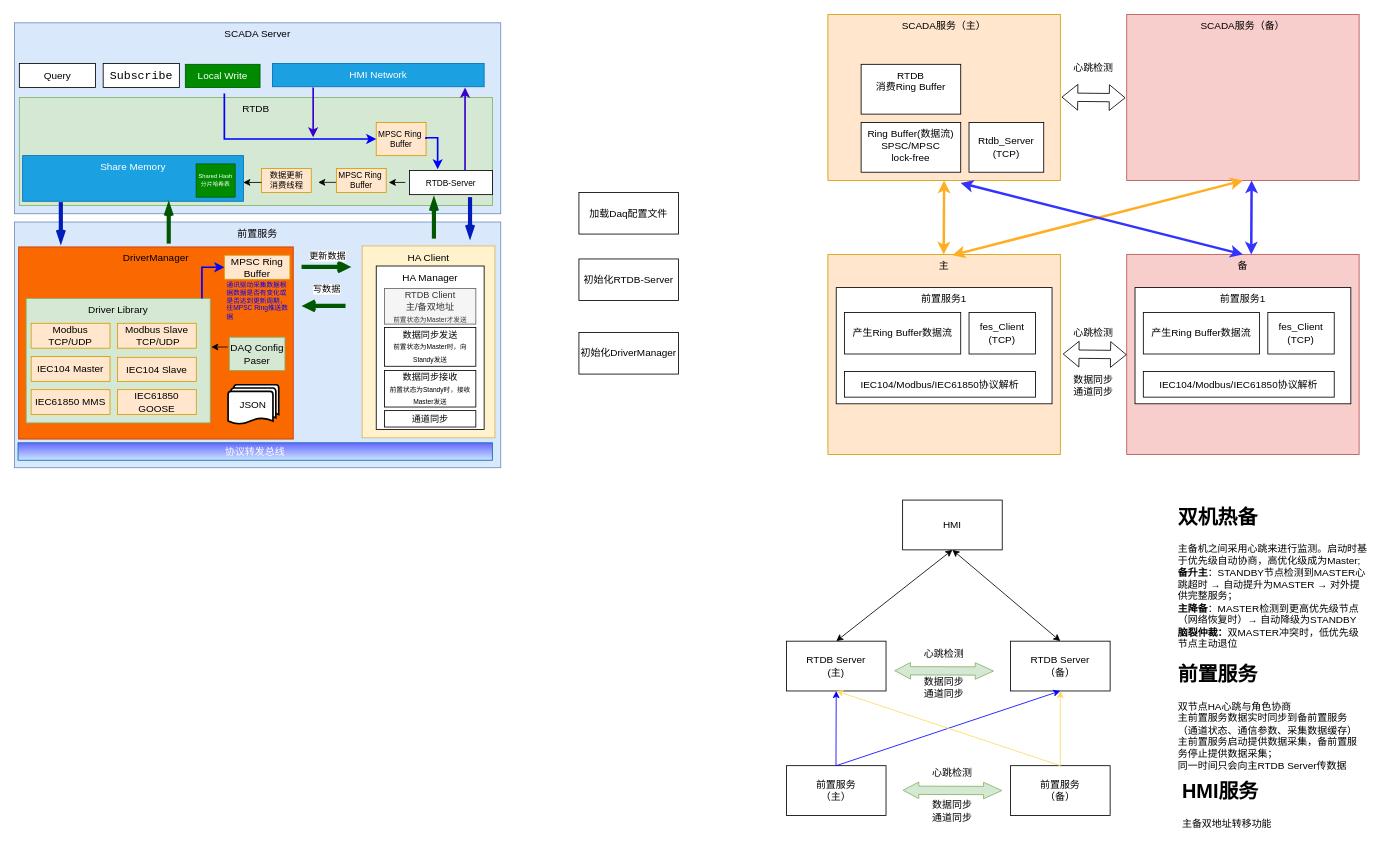
Before: page "前置&SCADA架构" (3 of 4) of EMS软件架构图.drawio in fuhui0321/diagram, a draw.io diagram. Source tidied: cells renumbered, new cells numbered last; positions are measured from the earlier drawing's top-left corner, leaving out a move shared by most shapes. Both pictures are drawn from the tidied source at 83%, with x=0, y=0 at pixel (14, 14).
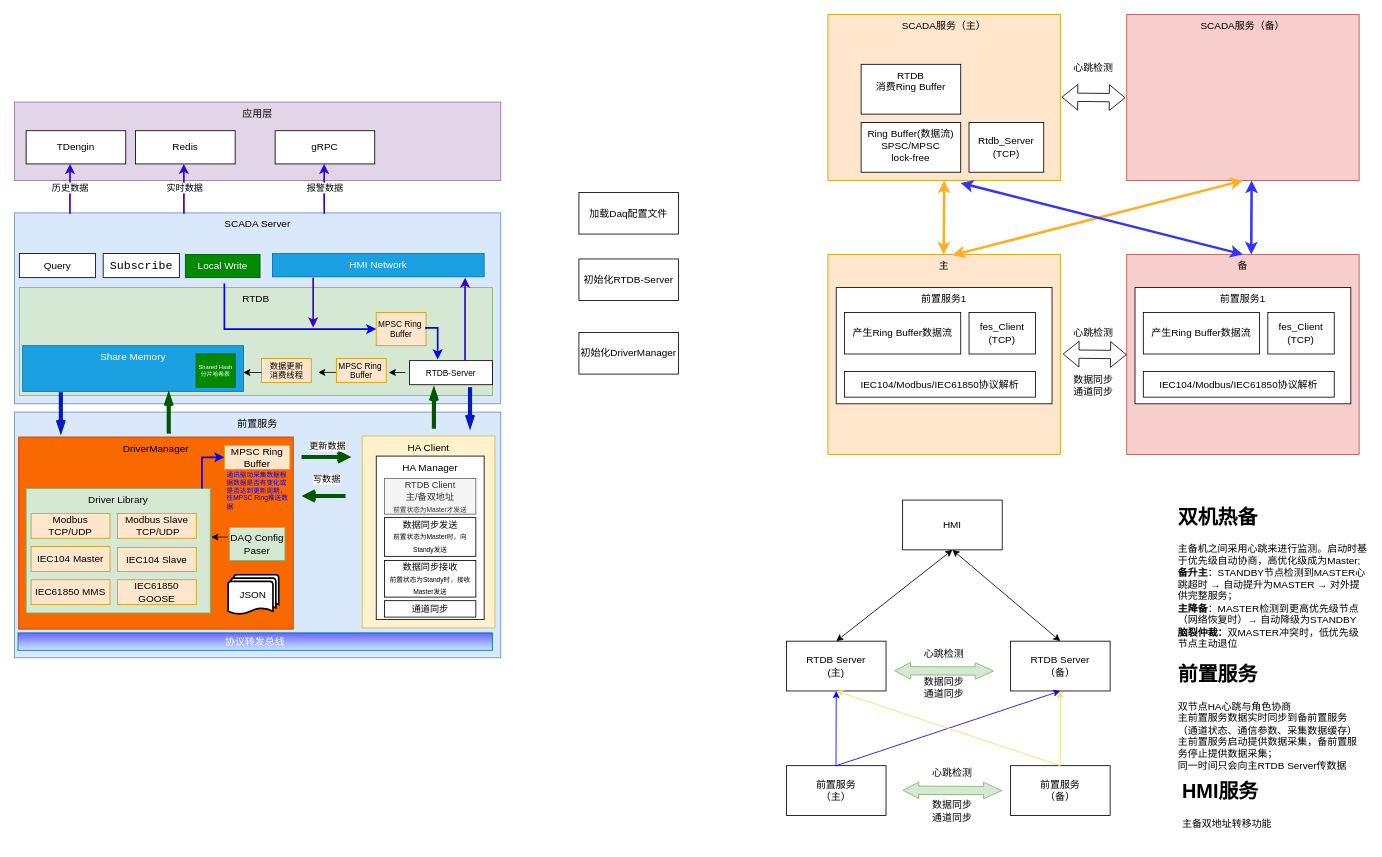
The same page after the edit.

Commit message:
更新EMS软件架构图.drawio

The edit, as a diff of the source:
```diff
@@
     <mxCell id="2" value="SCADA Server" style="rounded=0;whiteSpace=wrap;html=1;labelPosition=center;verticalLabelPosition=middle;align=center;verticalAlign=top;fillColor=#dae8fc;strokeColor=#6c8ebf;" parent="1" vertex="1">
-      <mxGeometry y="10" width="585.8" height="230" as="geometry" />
+      <mxGeometry y="239" width="585.8" height="230" as="geometry" />
     </mxCell>
     <mxCell id="3" value="RTDB" style="rounded=0;whiteSpace=wrap;html=1;verticalAlign=top;fillColor=#d5e8d4;strokeColor=#82b366;" parent="1" vertex="1">
-      <mxGeometry x="5.8" y="100" width="570" height="130" as="geometry" />
+      <mxGeometry x="5.8" y="329" width="570" height="130" as="geometry" />
     </mxCell>
     <mxCell id="4" value="前置服务" style="rounded=0;whiteSpace=wrap;html=1;labelPosition=center;verticalLabelPosition=middle;align=center;verticalAlign=top;fillColor=#dae8fc;strokeColor=#6c8ebf;" parent="1" vertex="1">
-      <mxGeometry y="250" width="585.8" height="296" as="geometry" />
+      <mxGeometry y="479" width="585.8" height="296" as="geometry" />
     </mxCell>
     <mxCell id="5" value="DriverManager" style="rounded=0;whiteSpace=wrap;html=1;fillColor=#fa6800;fontColor=#000000;strokeColor=#C73500;verticalAlign=top;" parent="1" vertex="1">
-      <mxGeometry x="5" y="280" width="330.8" height="231.5" as="geometry" />
+      <mxGeometry x="5" y="509" width="330.8" height="231.5" as="geometry" />
     </mxCell>
     <mxCell id="6" value="Driver Library" style="rounded=0;whiteSpace=wrap;html=1;verticalAlign=top;fillColor=#d5e8d4;strokeColor=#82b366;" parent="1" vertex="1">
-      <mxGeometry x="14" y="342" width="221.8" height="150" as="geometry" />
+      <mxGeometry x="14" y="571" width="221.8" height="150" as="geometry" />
     </mxCell>
     <mxCell id="7" value="&lt;div&gt;Modbus&lt;/div&gt;&lt;div&gt;TCP/UDP&lt;/div&gt;" style="rounded=0;whiteSpace=wrap;html=1;align=center;fillColor=#ffe6cc;strokeColor=#d79b00;" parent="1" vertex="1">
-      <mxGeometry x="20" y="372" width="95" height="30" as="geometry" />
+      <mxGeometry x="20" y="601" width="95" height="30" as="geometry" />
     </mxCell>
     <mxCell id="8" value="IEC104 Master" style="rounded=0;whiteSpace=wrap;html=1;fillColor=#ffe6cc;strokeColor=#d79b00;" parent="1" vertex="1">
-      <mxGeometry x="20" y="412" width="95" height="30" as="geometry" />
+      <mxGeometry x="20" y="641" width="95" height="30" as="geometry" />
     </mxCell>
     <mxCell id="9" value="IEC104 Slave" style="rounded=0;whiteSpace=wrap;html=1;fillColor=#ffe6cc;strokeColor=#d79b00;" parent="1" vertex="1">
-      <mxGeometry x="124" y="413" width="95" height="29" as="geometry" />
+      <mxGeometry x="124" y="642" width="95" height="29" as="geometry" />
     </mxCell>
     <mxCell id="10" value="&lt;div&gt;Modbus Slave&lt;/div&gt;&lt;div&gt;&amp;nbsp;TCP/UDP&lt;/div&gt;" style="rounded=0;whiteSpace=wrap;html=1;fillColor=#ffe6cc;strokeColor=#d79b00;" parent="1" vertex="1">
-      <mxGeometry x="124" y="372" width="95" height="30" as="geometry" />
+      <mxGeometry x="124" y="601" width="95" height="30" as="geometry" />
     </mxCell>
     <mxCell id="11" value="IEC61850 MMS" style="rounded=0;whiteSpace=wrap;html=1;fillColor=#ffe6cc;strokeColor=#d79b00;" parent="1" vertex="1">
-      <mxGeometry x="20" y="452" width="95" height="30" as="geometry" />
+      <mxGeometry x="20" y="681" width="95" height="30" as="geometry" />
     </mxCell>
     <mxCell id="12" value="IEC61850 GOOSE" style="rounded=0;whiteSpace=wrap;html=1;fillColor=#ffe6cc;strokeColor=#d79b00;" parent="1" vertex="1">
-      <mxGeometry x="124" y="452" width="95" height="30" as="geometry" />
+      <mxGeometry x="124" y="681" width="95" height="30" as="geometry" />
     </mxCell>
     <mxCell id="13" value="DAQ Config Paser" style="rounded=0;whiteSpace=wrap;html=1;fillColor=#d5e8d4;strokeColor=#82b366;" parent="1" vertex="1">
-      <mxGeometry x="258.8" y="388.8" width="67" height="40" as="geometry" />
+      <mxGeometry x="258.8" y="617.8" width="67" height="40" as="geometry" />
     </mxCell>
     <mxCell id="14" style="endArrow=classic;html=1;rounded=0;" parent="1" edge="1">
       <mxGeometry relative="1" as="geometry">
-        <mxPoint x="257" y="400.6" as="sourcePoint" />
-        <mxPoint x="237" y="400.6" as="targetPoint" />
+        <mxPoint x="257" y="629.6" as="sourcePoint" />
+        <mxPoint x="237" y="629.6" as="targetPoint" />
       </mxGeometry>
     </mxCell>
     <mxCell id="15" value="协议转发总线" style="rounded=0;whiteSpace=wrap;html=1;fillColor=#6666FF;strokeColor=#006EAF;fontColor=#ffffff;fillStyle=solid;gradientColor=#CCE5FF;" parent="1" vertex="1">
-      <mxGeometry x="4.2" y="516" width="571.5" height="21" as="geometry" />
+      <mxGeometry x="4.2" y="745" width="571.5" height="21" as="geometry" />
     </mxCell>
     <mxCell id="16" value="MPSC Ring Buffer" style="rounded=0;whiteSpace=wrap;html=1;fillColor=#ffe6cc;strokeColor=#d79b00;" parent="1" vertex="1">
-      <mxGeometry x="252.8" y="290" width="79" height="29" as="geometry" />
+      <mxGeometry x="252.8" y="519" width="79" height="29" as="geometry" />
     </mxCell>
     <mxCell id="17" value="HA Client" style="rounded=0;whiteSpace=wrap;html=1;verticalAlign=top;fillColor=#fff2cc;strokeColor=#d6b656;" parent="1" vertex="1">
-      <mxGeometry x="418.8" y="278.8" width="160" height="231.2" as="geometry" />
+      <mxGeometry x="418.8" y="507.8" width="160" height="231.2" as="geometry" />
     </mxCell>
     <mxCell id="18" value="HA Manager" style="rounded=0;whiteSpace=wrap;html=1;verticalAlign=top;" parent="1" vertex="1">
-      <mxGeometry x="435.8" y="303" width="130" height="197" as="geometry" />
+      <mxGeometry x="435.8" y="532" width="130" height="197" as="geometry" />
     </mxCell>
     <mxCell id="19" value="JSON" style="strokeWidth=2;html=1;shape=mxgraph.flowchart.multi-document;whiteSpace=wrap;boundedLbl=1;" parent="1" vertex="1">
-      <mxGeometry x="257.3" y="446" width="61" height="48" as="geometry" />
+      <mxGeometry x="257.3" y="675" width="61" height="48" as="geometry" />
     </mxCell>
     <mxCell id="20" style="edgeStyle=none;rounded=0;orthogonalLoop=1;jettySize=auto;html=1;" parent="1" edge="1">
       <mxGeometry relative="1" as="geometry">
-        <mxPoint x="470.8" y="202.3" as="sourcePoint" />
-        <mxPoint x="450.8" y="202.3" as="targetPoint" />
+        <mxPoint x="470.8" y="431.3" as="sourcePoint" />
+        <mxPoint x="450.8" y="431.3" as="targetPoint" />
       </mxGeometry>
     </mxCell>
     <mxCell id="21" value="RTDB-Server" style="rounded=0;whiteSpace=wrap;html=1;fontSize=10;" parent="1" vertex="1">
-      <mxGeometry x="475.8" y="188" width="100" height="29" as="geometry" />
+      <mxGeometry x="475.8" y="417" width="100" height="29" as="geometry" />
     </mxCell>
     <mxCell id="22" value="Share Memory" style="rounded=0;whiteSpace=wrap;html=1;fillColor=#1ba1e2;strokeColor=#006EAF;fontColor=#ffffff;verticalAlign=top;" parent="1" vertex="1">
-      <mxGeometry x="9.8" y="170" width="266" height="55" as="geometry" />
+      <mxGeometry x="9.8" y="399" width="266" height="55" as="geometry" />
     </mxCell>
     <mxCell id="23" style="endArrow=openThin;html=1;rounded=0;strokeWidth=5;fillColor=#008a00;strokeColor=#005700;endFill=0;" parent="1" edge="1">
       <mxGeometry relative="1" as="geometry">
-        <mxPoint x="185.8" y="276" as="sourcePoint" />
-        <mxPoint x="185.8" y="226" as="targetPoint" />
+        <mxPoint x="185.8" y="505" as="sourcePoint" />
+        <mxPoint x="185.8" y="455" as="targetPoint" />
       </mxGeometry>
     </mxCell>
     <mxCell id="24" style="endArrow=openThin;html=1;rounded=0;strokeWidth=5;fillColor=#0050ef;strokeColor=#001DBC;endFill=0;" parent="1" edge="1">
       <mxGeometry relative="1" as="geometry">
-        <mxPoint x="55.8" y="226" as="sourcePoint" />
-        <mxPoint x="55.8" y="276" as="targetPoint" />
+        <mxPoint x="55.8" y="455" as="sourcePoint" />
+        <mxPoint x="55.8" y="505" as="targetPoint" />
       </mxGeometry>
     </mxCell>
     <mxCell id="25" style="endArrow=open;html=1;rounded=0;strokeWidth=5;fillColor=#008a00;strokeColor=#005700;endFill=0;" parent="1" edge="1">
       <mxGeometry relative="1" as="geometry">
-        <mxPoint x="345.8" y="304.1" as="sourcePoint" />
-        <mxPoint x="405.8" y="304.1" as="targetPoint" />
+        <mxPoint x="345.8" y="533.1" as="sourcePoint" />
+        <mxPoint x="405.8" y="533.1" as="targetPoint" />
       </mxGeometry>
     </mxCell>
@@
     <mxCell id="27" style="endArrow=openThin;html=1;rounded=0;strokeWidth=5;fillColor=#008a00;strokeColor=#005700;endFill=0;" parent="1" edge="1">
       <mxGeometry relative="1" as="geometry">
-        <mxPoint x="505.3" y="270" as="sourcePoint" />
-        <mxPoint x="505.3" y="220" as="targetPoint" />
+        <mxPoint x="505.3" y="499" as="sourcePoint" />
+        <mxPoint x="505.3" y="449" as="targetPoint" />
       </mxGeometry>
     </mxCell>
     <mxCell id="28" value="&lt;div&gt;&lt;font style=&quot;font-size: 11px;&quot;&gt;数据同步发送&lt;/font&gt;&lt;/div&gt;&lt;div&gt;&lt;font style=&quot;font-size: 8px;&quot;&gt;前置状态为Master时，向Standy发送&lt;/font&gt;&lt;/div&gt;" style="rounded=0;whiteSpace=wrap;html=1;" parent="1" vertex="1">
-      <mxGeometry x="445.8" y="377.1" width="110" height="46.7" as="geometry" />
+      <mxGeometry x="445.8" y="606.1" width="110" height="46.7" as="geometry" />
     </mxCell>
     <mxCell id="29" value="通道同步" style="rounded=0;whiteSpace=wrap;html=1;fontSize=11;" parent="1" vertex="1">
-      <mxGeometry x="445.8" y="477.2" width="110" height="19.8" as="geometry" />
+      <mxGeometry x="445.8" y="706.2" width="110" height="19.8" as="geometry" />
     </mxCell>
     <mxCell id="30" value="&lt;font style=&quot;font-size: 11px;&quot;&gt;RTDB Client&lt;/font&gt;&lt;div&gt;&lt;font style=&quot;font-size: 11px;&quot;&gt;主/备双地址&lt;/font&gt;&lt;br&gt;&lt;div&gt;&lt;font style=&quot;font-size: 8px;&quot;&gt;前置状态为Master才发送&lt;/font&gt;&lt;/div&gt;&lt;/div&gt;" style="rounded=0;whiteSpace=wrap;html=1;fillColor=#f5f5f5;strokeColor=#666666;fontColor=#333333;" parent="1" vertex="1">
-      <mxGeometry x="445.8" y="330" width="110" height="43" as="geometry" />
+      <mxGeometry x="445.8" y="559" width="110" height="43" as="geometry" />
     </mxCell>
     <mxCell id="31" value="&lt;div&gt;&lt;font style=&quot;font-size: 11px;&quot;&gt;数据同步接收&lt;/font&gt;&lt;/div&gt;&lt;div&gt;&lt;font style=&quot;font-size: 8px;&quot;&gt;前置状态为Standy时，接收Master发送&lt;/font&gt;&lt;/div&gt;" style="rounded=0;whiteSpace=wrap;html=1;" parent="1" vertex="1">
-      <mxGeometry x="445.8" y="428.8" width="110" height="44.1" as="geometry" />
+      <mxGeometry x="445.8" y="657.8" width="110" height="44.1" as="geometry" />
     </mxCell>
     <mxCell id="32" style="edgeStyle=none;rounded=0;orthogonalLoop=1;jettySize=auto;html=1;" parent="1" edge="1">
       <mxGeometry relative="1" as="geometry">
-        <mxPoint x="387.8" y="202.2" as="sourcePoint" />
-        <mxPoint x="365.8" y="202.2" as="targetPoint" />
+        <mxPoint x="387.8" y="431.2" as="sourcePoint" />
+        <mxPoint x="365.8" y="431.2" as="targetPoint" />
       </mxGeometry>
     </mxCell>
     <mxCell id="33" value="&lt;div&gt;MPSC Ring&amp;nbsp;&lt;/div&gt;&lt;div&gt;Buffer&lt;/div&gt;" style="rounded=0;whiteSpace=wrap;html=1;fillColor=#ffe6cc;strokeColor=#d79b00;fontSize=10;" parent="1" vertex="1">
-      <mxGeometry x="387.8" y="185.5" width="60" height="29" as="geometry" />
+      <mxGeometry x="387.8" y="414.5" width="60" height="29" as="geometry" />
     </mxCell>
     <mxCell id="34" value="Query" style="rounded=0;whiteSpace=wrap;html=1;" parent="1" vertex="1">
-      <mxGeometry x="5.8" y="59" width="91.8" height="29" as="geometry" />
+      <mxGeometry x="5.8" y="288" width="91.8" height="29" as="geometry" />
     </mxCell>
     <mxCell id="35" value="&lt;div style=&quot;font-family: Consolas, &amp;quot;Courier New&amp;quot;, monospace; font-weight: normal; font-size: 14px; line-height: 19px; white-space: pre;&quot;&gt;&lt;div&gt;&lt;span style=&quot;&quot;&gt;Subscribe&lt;/span&gt;&lt;/div&gt;&lt;/div&gt;" style="rounded=0;whiteSpace=wrap;html=1;fontColor=default;fillColor=default;labelBackgroundColor=default;" parent="1" vertex="1">
-      <mxGeometry x="106.8" y="59" width="91.8" height="29" as="geometry" />
+      <mxGeometry x="106.8" y="288" width="91.8" height="29" as="geometry" />
     </mxCell>
     <mxCell id="36" value="通讯驱动采集数据根据数据是否有变化或是否达到更新周期，往MPSC Ring推送数据" style="text;html=1;whiteSpace=wrap;strokeColor=none;fillColor=none;align=left;verticalAlign=middle;rounded=0;fontSize=8;fontColor=#0000FF;" parent="1" vertex="1">
-      <mxGeometry x="254.4" y="330" width="76.9" height="30" as="geometry" />
+      <mxGeometry x="254.4" y="559" width="76.9" height="30" as="geometry" />
     </mxCell>
     <mxCell id="37" style="endArrow=open;html=1;rounded=0;strokeWidth=5;fillColor=#008a00;strokeColor=#005700;endFill=0;" parent="1" edge="1">
       <mxGeometry relative="1" as="geometry">
-        <mxPoint x="398.8" y="351.1" as="sourcePoint" />
-        <mxPoint x="345.8" y="351.1" as="targetPoint" />
+        <mxPoint x="398.8" y="580.1" as="sourcePoint" />
+        <mxPoint x="345.8" y="580.1" as="targetPoint" />
       </mxGeometry>
     </mxCell>
@@
     <mxCell id="39" style="endArrow=classic;html=1;rounded=0;edgeStyle=orthogonalEdgeStyle;entryX=0;entryY=0.5;entryDx=0;entryDy=0;fontSize=14;strokeWidth=2;strokeColor=#0000FF;" parent="1" edge="1" target="16">
       <mxGeometry relative="1" as="geometry">
-        <mxPoint x="225.8" y="342" as="sourcePoint" />
+        <mxPoint x="225.8" y="571" as="sourcePoint" />
         <Array as="points">
-          <mxPoint x="225.8" y="304.5" />
+          <mxPoint x="225.8" y="533.5" />
         </Array>
       </mxGeometry>
     </mxCell>
     <mxCell id="40" value="&lt;div&gt;Shared Hash&lt;/div&gt;&lt;div&gt;分片哈希表&lt;/div&gt;" style="rounded=0;whiteSpace=wrap;html=1;fontSize=7;fillColor=#008a00;fontColor=#ffffff;strokeColor=#005700;" parent="1" vertex="1">
-      <mxGeometry x="218.8" y="180" width="47" height="40" as="geometry" />
+      <mxGeometry x="218.8" y="409" width="47" height="40" as="geometry" />
     </mxCell>
     <mxCell id="41" value="&lt;div&gt;数据更新&lt;/div&gt;&lt;div&gt;消费线程&lt;/div&gt;" style="rounded=0;whiteSpace=wrap;html=1;fillColor=#ffe6cc;strokeColor=#d79b00;fontSize=10;" parent="1" vertex="1">
-      <mxGeometry x="297.5" y="185.5" width="60" height="29" as="geometry" />
+      <mxGeometry x="297.5" y="414.5" width="60" height="29" as="geometry" />
     </mxCell>
     <mxCell id="42" value="&lt;div&gt;MPSC Ring&amp;nbsp;&lt;/div&gt;&lt;div&gt;Buffer&lt;/div&gt;" style="rounded=0;whiteSpace=wrap;html=1;fillColor=#ffe6cc;strokeColor=#d79b00;fontSize=10;" parent="1" vertex="1">
-      <mxGeometry x="435.8" y="130" width="60" height="40" as="geometry" />
+      <mxGeometry x="435.8" y="359" width="60" height="40" as="geometry" />
     </mxCell>
     <mxCell id="43" style="endArrow=openThin;html=1;rounded=0;strokeWidth=5;fillColor=#0050ef;strokeColor=#001DBC;endFill=0;" parent="1" edge="1">
       <mxGeometry relative="1" as="geometry">
-        <mxPoint x="548.8" y="220" as="sourcePoint" />
-        <mxPoint x="548.8" y="270" as="targetPoint" />
+        <mxPoint x="548.8" y="449" as="sourcePoint" />
+        <mxPoint x="548.8" y="499" as="targetPoint" />
       </mxGeometry>
     </mxCell>
     <mxCell id="44" style="endArrow=classic;html=1;rounded=0;edgeStyle=orthogonalEdgeStyle;fontSize=14;strokeWidth=2;strokeColor=#0000FF;exitX=1;exitY=0.5;exitDx=0;exitDy=0;" parent="1" edge="1" source="42">
       <mxGeometry relative="1" as="geometry">
-        <mxPoint x="509.8" y="186.5" as="targetPoint" />
+        <mxPoint x="509.8" y="415.5" as="targetPoint" />
         <Array as="points">
-          <mxPoint x="495.8" y="148.5" />
-          <mxPoint x="509.8" y="148.5" />
+          <mxPoint x="495.8" y="377.5" />
+          <mxPoint x="509.8" y="377.5" />
         </Array>
       </mxGeometry>
     </mxCell>
     <mxCell id="45" style="endArrow=classic;html=1;rounded=0;edgeStyle=orthogonalEdgeStyle;fontSize=14;strokeWidth=2;strokeColor=#0000FF;entryX=0;entryY=0.5;entryDx=0;entryDy=0;" parent="1" edge="1" target="42">
       <mxGeometry relative="1" as="geometry">
-        <mxPoint x="252.8" y="95" as="sourcePoint" />
+        <mxPoint x="252.8" y="324" as="sourcePoint" />
         <Array as="points">
-          <mxPoint x="252.8" y="150" />
+          <mxPoint x="252.8" y="379" />
         </Array>
       </mxGeometry>
     </mxCell>
     <mxCell id="46" value="Local Write" style="rounded=0;whiteSpace=wrap;html=1;fillColor=#008a00;fontColor=#ffffff;strokeColor=#005700;" parent="1" vertex="1">
-      <mxGeometry x="205.8" y="60" width="90" height="28" as="geometry" />
+      <mxGeometry x="205.8" y="289" width="90" height="28" as="geometry" />
     </mxCell>
     <mxCell id="47" value="HMI Network" style="rounded=0;whiteSpace=wrap;html=1;fillColor=#1ba1e2;fontColor=#ffffff;strokeColor=#006EAF;" parent="1" vertex="1">
-      <mxGeometry x="310.8" y="59" width="255" height="28" as="geometry" />
+      <mxGeometry x="310.8" y="288" width="255" height="28" as="geometry" />
     </mxCell>
     <mxCell id="48" style="endArrow=classic;html=1;rounded=0;fillColor=#6a00ff;strokeColor=#3700CC;strokeWidth=2;" parent="1" edge="1">
       <mxGeometry relative="1" as="geometry">
-        <mxPoint x="359.8" y="88" as="sourcePoint" />
-        <mxPoint x="359.8" y="148" as="targetPoint" />
+        <mxPoint x="359.8" y="317" as="sourcePoint" />
+        <mxPoint x="359.8" y="377" as="targetPoint" />
       </mxGeometry>
     </mxCell>
     <mxCell id="49" style="endArrow=classic;html=1;rounded=0;fillColor=#6a00ff;strokeColor=#3700CC;strokeWidth=2;" parent="1" edge="1">
       <mxGeometry relative="1" as="geometry">
-        <mxPoint x="542.8" y="188" as="sourcePoint" />
-        <mxPoint x="542.8" y="88" as="targetPoint" />
+        <mxPoint x="542.8" y="417" as="sourcePoint" />
+        <mxPoint x="542.8" y="317" as="targetPoint" />
       </mxGeometry>
     </mxCell>
     <mxCell id="50" style="edgeStyle=none;rounded=0;orthogonalLoop=1;jettySize=auto;html=1;" parent="1" edge="1">
       <mxGeometry relative="1" as="geometry">
-        <mxPoint x="297.5" y="202.3" as="sourcePoint" />
-        <mxPoint x="275.5" y="202.3" as="targetPoint" />
+        <mxPoint x="297.5" y="431.3" as="sourcePoint" />
+        <mxPoint x="275.5" y="431.3" as="targetPoint" />
       </mxGeometry>
     </mxCell>
@@
+    <mxCell id="98" value="应用层" style="rounded=0;whiteSpace=wrap;html=1;fillColor=#e1d5e7;strokeColor=#9673a6;verticalAlign=top;" parent="1" vertex="1">
+      <mxGeometry y="105.5" width="585.8" height="94.5" as="geometry" />
+    </mxCell>
+    <mxCell id="99" value="TDengin" style="rounded=0;whiteSpace=wrap;html=1;" parent="1" vertex="1">
+      <mxGeometry x="14" y="140" width="120" height="40" as="geometry" />
+    </mxCell>
+    <mxCell id="100" value="Redis" style="rounded=0;whiteSpace=wrap;html=1;" parent="1" vertex="1">
+      <mxGeometry x="145.8" y="140" width="120" height="40" as="geometry" />
+    </mxCell>
+    <mxCell id="101" value="gRPC" style="rounded=0;whiteSpace=wrap;html=1;" parent="1" vertex="1">
+      <mxGeometry x="314" y="140" width="120" height="40" as="geometry" />
+    </mxCell>
+    <mxCell id="102" style="endArrow=classic;html=1;rounded=0;fillColor=#6a00ff;strokeColor=#3700CC;strokeWidth=2;exitX=0.114;exitY=0.004;exitDx=0;exitDy=0;exitPerimeter=0;" parent="1" edge="1" source="2">
+      <mxGeometry relative="1" as="geometry">
+        <mxPoint x="66.9" y="180" as="targetPoint" />
+      </mxGeometry>
+    </mxCell>
+    <mxCell id="103" value="历史数据" style="edgeLabel;html=1;align=center;verticalAlign=middle;" parent="102" vertex="1">
+      <mxGeometry x="0.05" relative="1" as="geometry" />
+    </mxCell>
+    <mxCell id="104" style="endArrow=classic;html=1;rounded=0;fillColor=#6a00ff;strokeColor=#3700CC;strokeWidth=2;exitX=0.114;exitY=0.004;exitDx=0;exitDy=0;exitPerimeter=0;" parent="1" edge="1">
+      <mxGeometry relative="1" as="geometry">
+        <mxPoint x="204.1" y="240" as="sourcePoint" />
+        <mxPoint x="204" y="180" as="targetPoint" />
+      </mxGeometry>
+    </mxCell>
+    <mxCell id="105" value="实时数据" style="edgeLabel;html=1;align=center;verticalAlign=middle;" parent="104" vertex="1">
+      <mxGeometry x="0.05" relative="1" as="geometry" />
+    </mxCell>
+    <mxCell id="106" style="endArrow=classic;html=1;rounded=0;fillColor=#6a00ff;strokeColor=#3700CC;strokeWidth=2;exitX=0.114;exitY=0.004;exitDx=0;exitDy=0;exitPerimeter=0;" parent="1" edge="1">
+      <mxGeometry relative="1" as="geometry">
+        <mxPoint x="373.1" y="240" as="sourcePoint" />
+        <mxPoint x="373" y="180" as="targetPoint" />
+      </mxGeometry>
+    </mxCell>
+    <mxCell id="107" value="报警数据" style="edgeLabel;html=1;align=center;verticalAlign=middle;" parent="106" vertex="1">
+      <mxGeometry x="0.05" relative="1" as="geometry" />
+    </mxCell>
```
